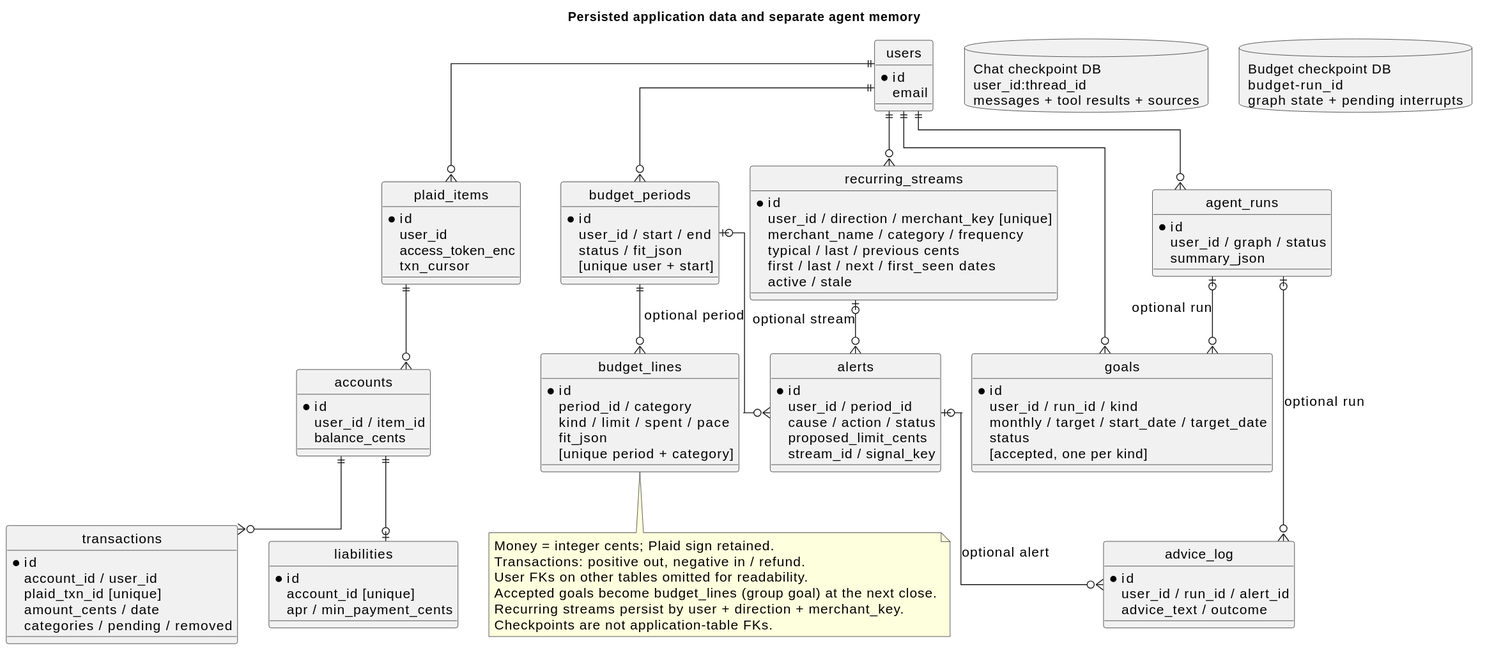
Above: docs/diagrams/data-model.svg in Del0m/Agentic-Financial-Dashboard (PlantUML), before the change.
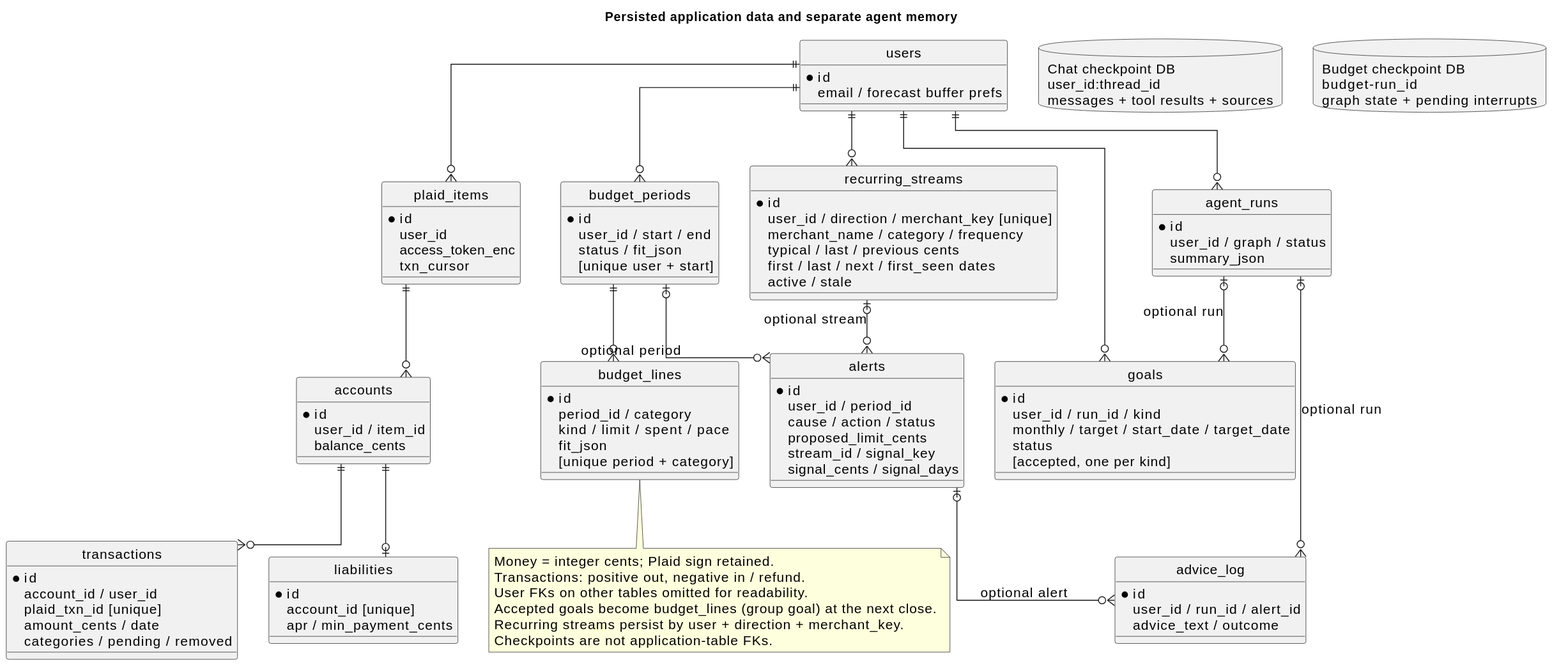
The same file after the commit.

Diff of the diagram source:
```diff
@@ -8,7 +8,7 @@
 skinparam linetype ortho
 entity users {
   * id
-  email
+  email / forecast buffer prefs
 }
 entity plaid_items {
   * id
@@ -59,6 +59,7 @@
   cause / action / status
   proposed_limit_cents
   stream_id / signal_key
+  signal_cents / signal_days
 }
 entity recurring_streams {
   * id
```
